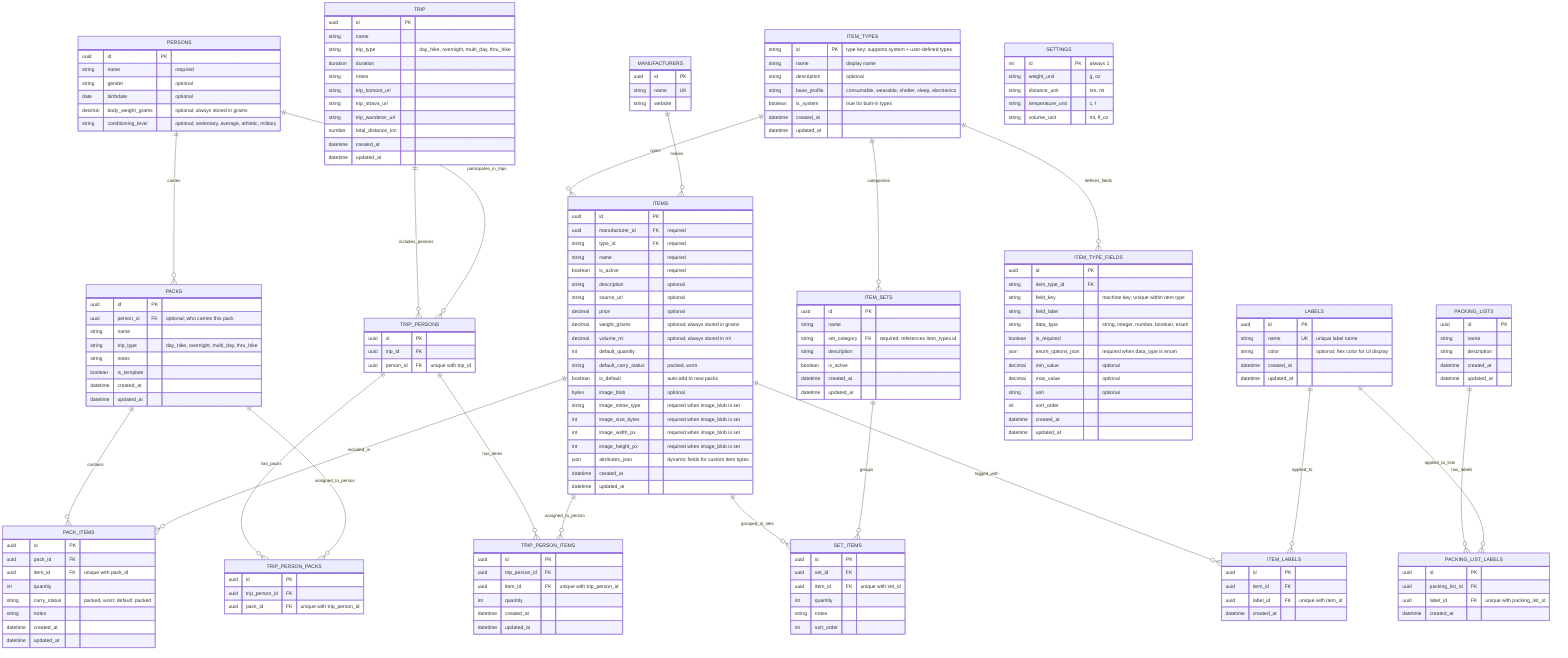
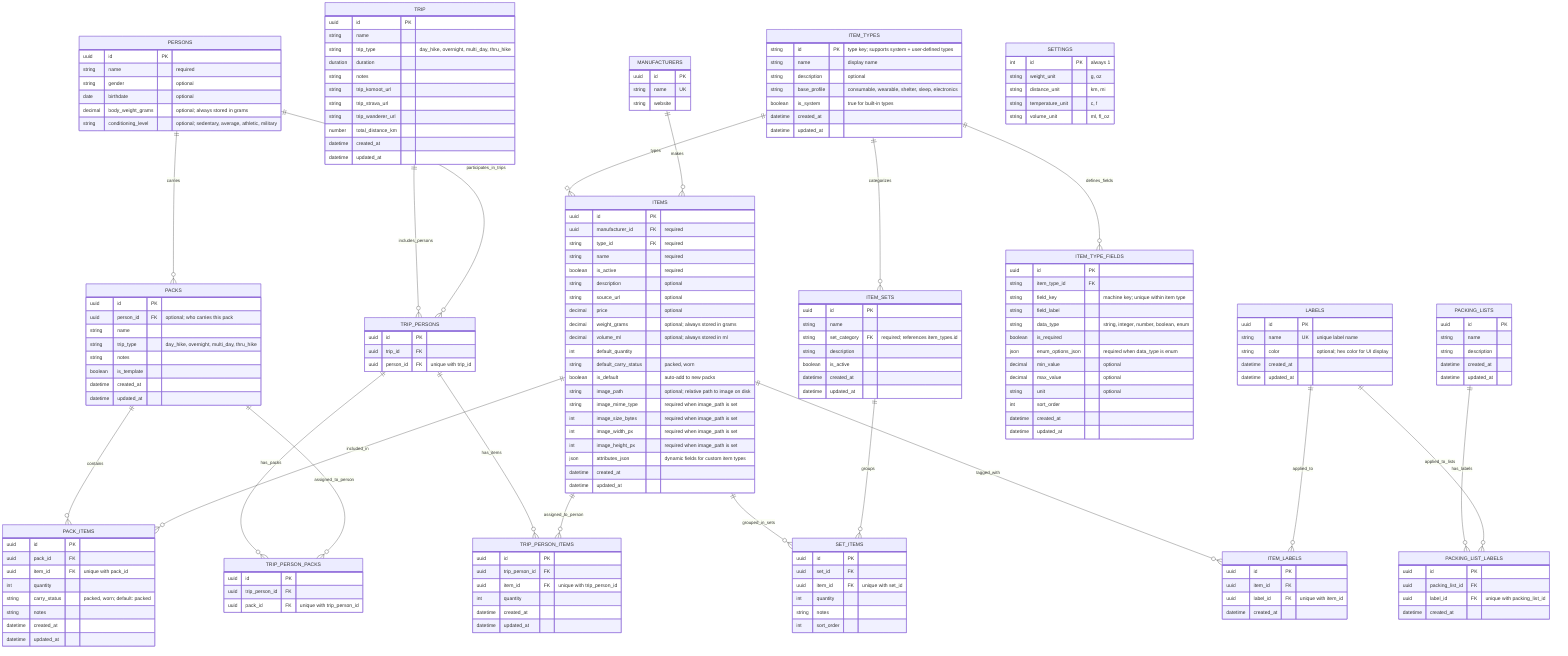

erDiagram
    PACKS ||--o{ PACK_ITEMS : contains
    PERSONS ||--o{ PACKS : carries

    ITEMS ||--o{ PACK_ITEMS : included_in
    ITEMS ||--o{ SET_ITEMS : grouped_in_sets
    ITEMS ||--o{ ITEM_LABELS : tagged_with

    LABELS ||--o{ ITEM_LABELS : applied_to

    ITEM_SETS ||--o{ SET_ITEMS : groups
    ITEM_TYPES ||--o{ ITEM_SETS : categorizes

    ITEM_TYPES ||--o{ ITEMS : types
    ITEM_TYPES ||--o{ ITEM_TYPE_FIELDS : defines_fields
    MANUFACTURERS ||--o{ ITEMS : makes

    TRIP ||--o{ TRIP_PERSONS : includes_persons
    PERSONS ||--o{ TRIP_PERSONS : participates_in_trips

    TRIP_PERSONS ||--o{ TRIP_PERSON_PACKS : has_packs
    PACKS ||--o{ TRIP_PERSON_PACKS : assigned_to_person

    TRIP_PERSONS ||--o{ TRIP_PERSON_ITEMS : has_items
    ITEMS ||--o{ TRIP_PERSON_ITEMS : assigned_to_person

    PACKING_LISTS ||--o{ PACKING_LIST_LABELS : has_labels
    LABELS ||--o{ PACKING_LIST_LABELS : applied_to_lists

    SETTINGS {
        int id PK "always 1"
        string weight_unit "g, oz"
        string distance_unit "km, mi"
        string temperature_unit "c, f"
        string volume_unit "ml, fl_oz"
    }

    PERSONS {
        uuid id PK
        string name "required"
        string gender "optional"
        date birthdate "optional"
        decimal body_weight_grams "optional; always stored in grams"
        string conditioning_level "optional; sedentary, average, athletic, military"
    }

    ITEMS {
        uuid id PK
        uuid manufacturer_id FK "required"
        string type_id FK "required"
        string name "required"
        boolean is_active "required"
        string description "optional"
        string source_url "optional"
        decimal price "optional"
        decimal weight_grams "optional; always stored in grams"
        decimal volume_ml "optional; always stored in ml"
        int default_quantity
        string default_carry_status "packed, worn"
        boolean is_default "auto-add to new packs"
-         bytes image_blob "optional"
-         string image_mime_type "required when image_blob is set"
-         int image_size_bytes "required when image_blob is set"
-         int image_width_px "required when image_blob is set"
-         int image_height_px "required when image_blob is set"
+         string image_path "optional; relative path to image on disk"
+         string image_mime_type "required when image_path is set"
+         int image_size_bytes "required when image_path is set"
+         int image_width_px "required when image_path is set"
+         int image_height_px "required when image_path is set"
        json attributes_json "dynamic fields for custom item types"
        datetime created_at
        datetime updated_at
    }

    ITEM_TYPES {
        string id PK "type key; supports system + user-defined types"
        string name "display name"
        string description "optional"
        string base_profile "consumable, wearable, shelter, sleep, electronics"
        boolean is_system "true for built-in types"
        datetime created_at
        datetime updated_at
    }

    ITEM_TYPE_FIELDS {
        uuid id PK
        string item_type_id FK
        string field_key "machine key; unique within item type"
        string field_label
        string data_type "string, integer, number, boolean, enum"
        boolean is_required
        json enum_options_json "required when data_type is enum"
        decimal min_value "optional"
        decimal max_value "optional"
        string unit "optional"
        int sort_order
        datetime created_at
        datetime updated_at
    }

    LABELS {
        uuid id PK
        string name UK "unique label name"
        string color "optional; hex color for UI display"
        datetime created_at
        datetime updated_at
    }

    ITEM_LABELS {
        uuid id PK
        uuid item_id FK
        uuid label_id FK "unique with item_id"
        datetime created_at
    }

    MANUFACTURERS {
        uuid id PK
        string name UK
        string website
    }

    ITEM_SETS {
        uuid id PK
        string name
        string set_category FK "required; references item_types.id"
        string description
        boolean is_active
        datetime created_at
        datetime updated_at
    }

    SET_ITEMS {
        uuid id PK
        uuid set_id FK
        uuid item_id FK "unique with set_id"
        int quantity
        string notes
        int sort_order
    }

    PACKS {
        uuid id PK
        uuid person_id FK "optional; who carries this pack"
        string name
        string trip_type "day_hike, overnight, multi_day, thru_hike"
        string notes
        boolean is_template
        datetime created_at
        datetime updated_at
    }

    PACK_ITEMS {
        uuid id PK
        uuid pack_id FK
        uuid item_id FK "unique with pack_id"
        int quantity
        string carry_status "packed, worn; default: packed"
        string notes
        datetime created_at
        datetime updated_at
    }

    TRIP {
        uuid id PK
        string name
        string trip_type "day_hike, overnight, multi_day, thru_hike"
        duration duration
        string notes
        string trip_komoot_url
        string trip_strava_url
        string trip_wanderer_url
        number total_distance_km
        datetime created_at
        datetime updated_at
    }

    TRIP_PERSONS {
        uuid id PK
        uuid trip_id FK
        uuid person_id FK "unique with trip_id"
    }

    TRIP_PERSON_PACKS {
        uuid id PK
        uuid trip_person_id FK
        uuid pack_id FK "unique with trip_person_id"
    }

    TRIP_PERSON_ITEMS {
        uuid id PK
        uuid trip_person_id FK
        uuid item_id FK "unique with trip_person_id"
        int quantity
        datetime created_at
        datetime updated_at
    }

    PACKING_LISTS {
        uuid id PK
        string name
        string description
        datetime created_at
        datetime updated_at
    }

    PACKING_LIST_LABELS {
        uuid id PK
        uuid packing_list_id FK
        uuid label_id FK "unique with packing_list_id"
        datetime created_at
    }